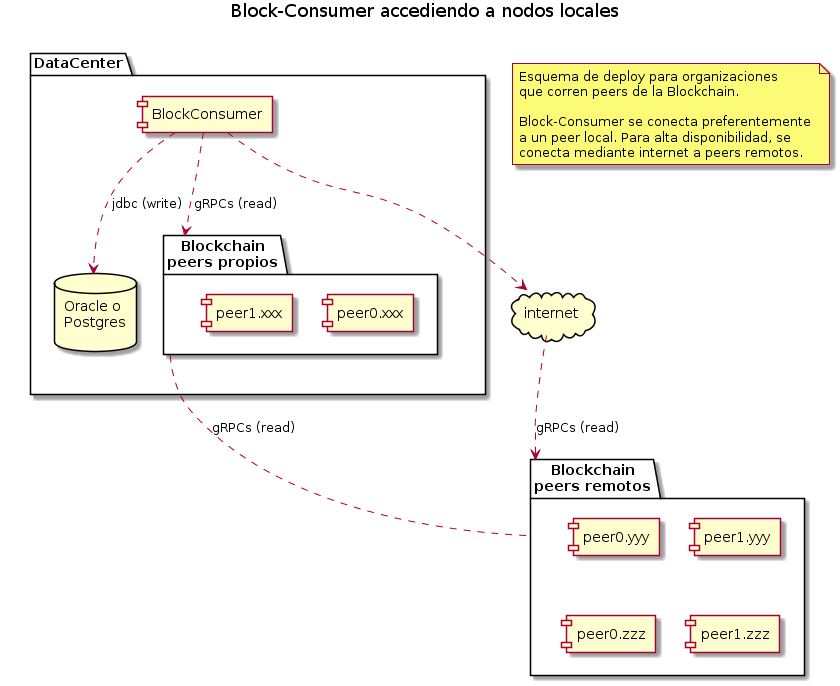
padfed/padfed-doc keeps this PlantUML diagram as applications/block-consumer/images/deploy-accediendo-a-nodos-locales.png. Above is the earlier version.
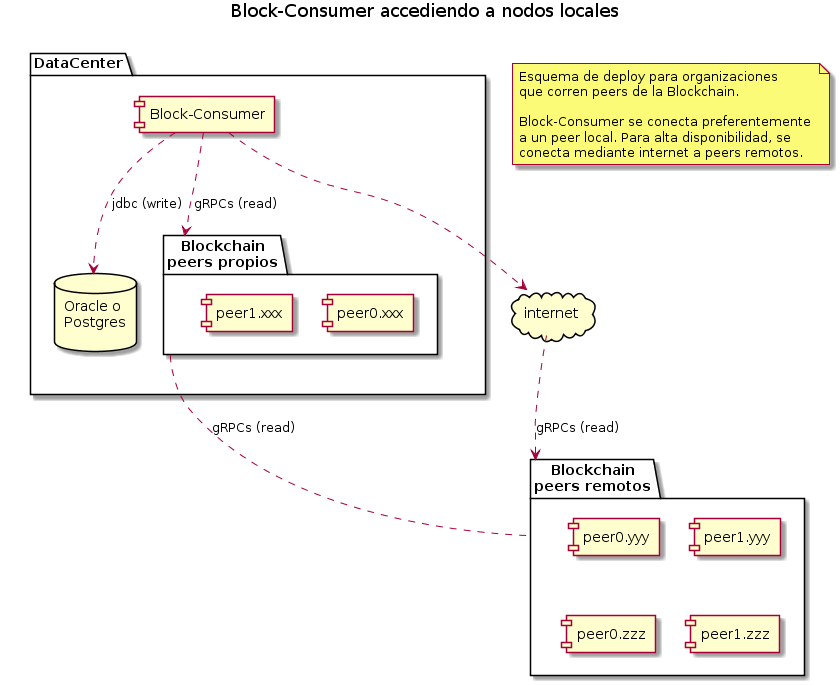
The same diagram one commit later.

The edit, as a diff of the source:
```diff
@@ -18,7 +18,7 @@
 }
 
 package DataCenter {
-    component [BlockConsumer]
+    component [Block-Consumer] as BlockConsumer
     database "Oracle o\nPostgres\n" as db
     package "Blockchain\npeers propios" as locales {
     [peer0.xxx]
```
